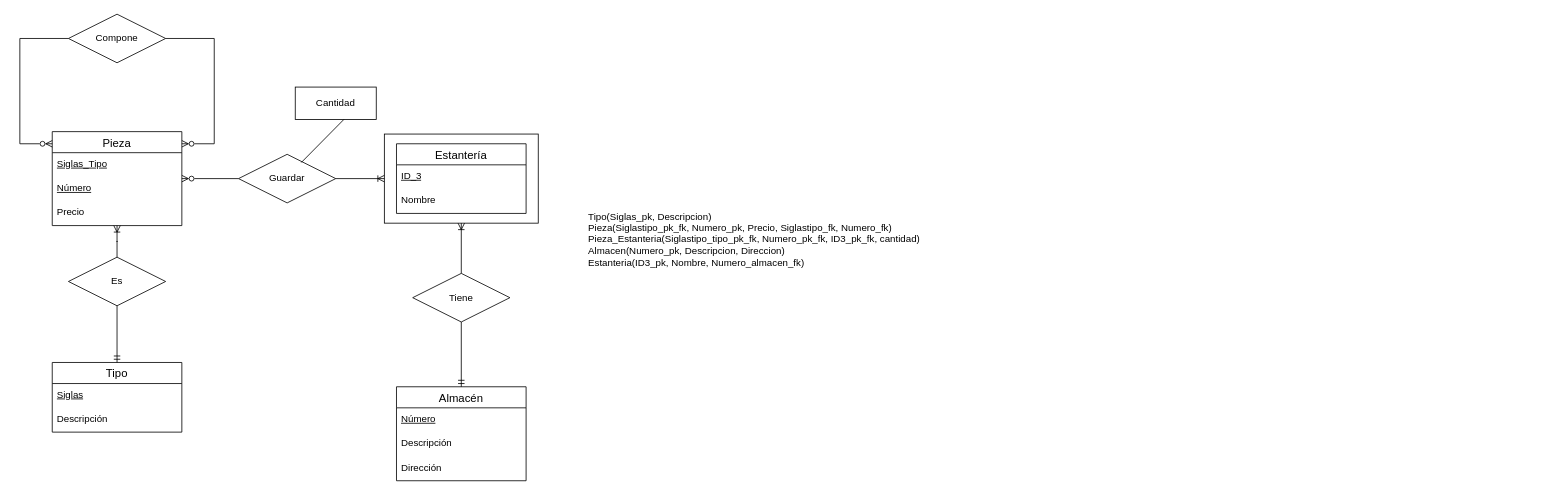
Before: TA12EJ5.drawio in AlejandroCara/acr-tsys-modeloER-drawio-1110, a draw.io diagram. Source tidied: cells renumbered, new cells numbered last; positions are measured from the earlier drawing's top-left corner, leaving out a move shared by most shapes. Both pictures are drawn from the tidied source at 81%, with x=0, y=0 at pixel (19, 14).
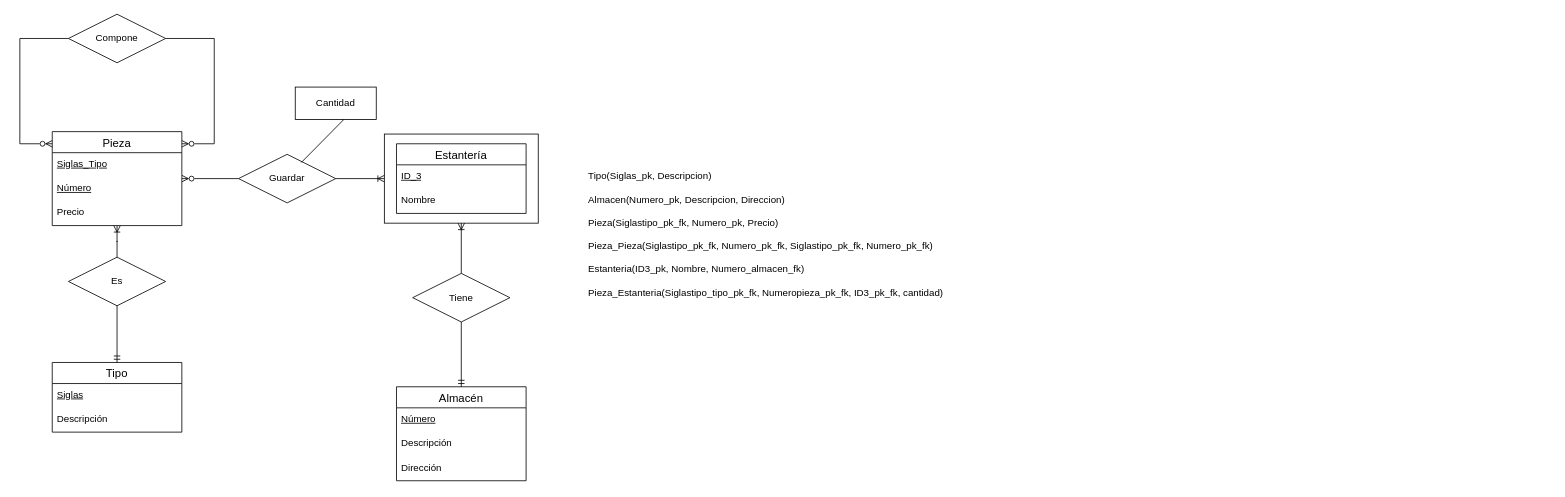
The same page after the edit.

Change to the diagram source:
```diff
@@
-    <mxCell id="31" value="Tipo(Siglas_pk, Descripcion)&lt;br&gt;Pieza(Siglastipo_pk_fk, Numero_pk, Precio, Siglastipo_fk, Numero_fk)&lt;br&gt;Pieza_Estanteria(Siglastipo_tipo_pk_fk, Numero_pk_fk, ID3_pk_fk, cantidad)&lt;br&gt;Almacen(Numero_pk, Descripcion, Direccion)&lt;br style=&quot;border-color: var(--border-color);&quot;&gt;Estanteria(ID3_pk, Nombre, Numero_almacen_fk)" style="text;html=1;strokeColor=none;fillColor=none;align=left;verticalAlign=middle;whiteSpace=wrap;rounded=0;" parent="1" vertex="1">
-      <mxGeometry x="700" y="176" width="1190" height="204" as="geometry" />
+    <mxCell id="31" value="&lt;div&gt;Tipo(Siglas_pk, Descripcion)&lt;/div&gt;&lt;div&gt;&lt;br&gt;&lt;/div&gt;&lt;div&gt;Almacen(Numero_pk, Descripcion, Direccion)&lt;/div&gt;&lt;div&gt;&lt;br&gt;&lt;/div&gt;&lt;div&gt;Pieza(Siglastipo_pk_fk, Numero_pk, Precio)&lt;/div&gt;&lt;div&gt;&lt;br&gt;&lt;/div&gt;&lt;div&gt;Pieza_Pieza(Siglastipo_pk_fk, Numero_pk_fk, Siglastipo_pk_fk, Numero_pk_fk)&lt;/div&gt;&lt;div&gt;&lt;br&gt;&lt;/div&gt;&lt;div&gt;Estanteria(ID3_pk, Nombre, Numero_almacen_fk)&lt;/div&gt;&lt;div&gt;&lt;br&gt;&lt;/div&gt;Pieza_Estanteria(Siglastipo_tipo_pk_fk, Numeropieza_pk_fk, ID3_pk_fk, cantidad)&lt;br&gt;&lt;br style=&quot;border-color: var(--border-color);&quot;&gt;" style="text;html=1;strokeColor=none;fillColor=none;align=left;verticalAlign=middle;whiteSpace=wrap;rounded=0;" parent="1" vertex="1">
+      <mxGeometry x="700" y="177" width="1190" height="204" as="geometry" />
     </mxCell>
```
